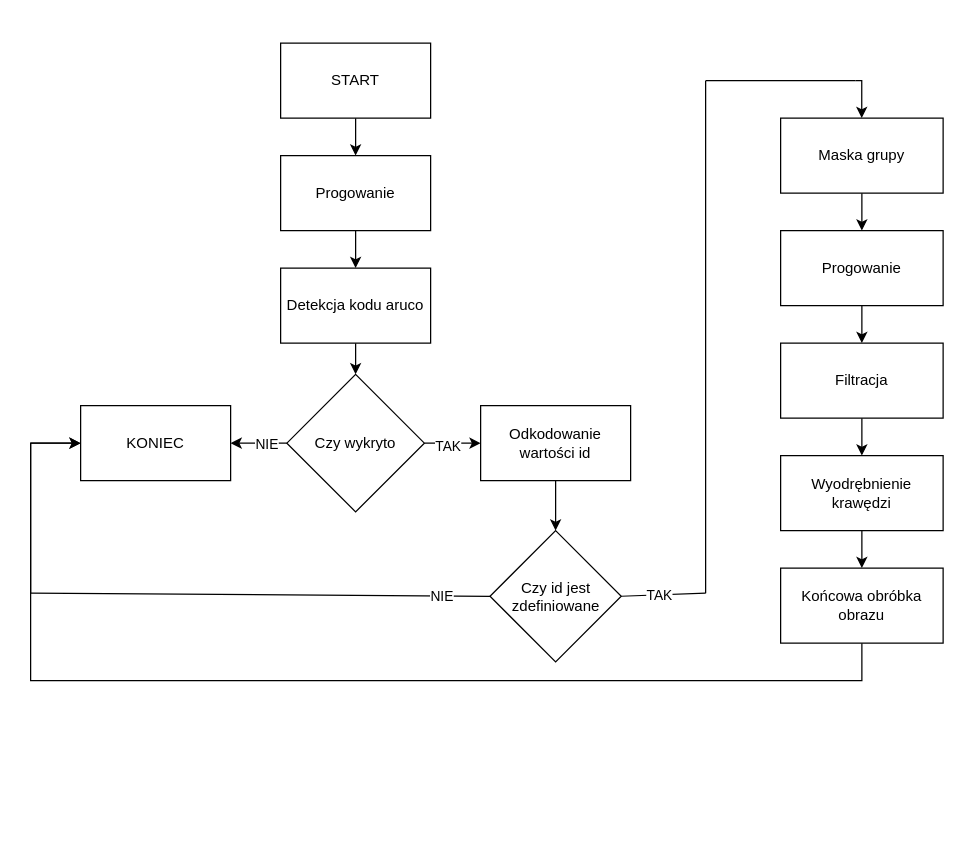
Before: psio.drawio in KacperJarosik/drow.io-scheme, a draw.io diagram. Source tidied: cells renumbered, new cells numbered last; positions are measured from the earlier drawing's top-left corner, leaving out a move shared by most shapes. Both pictures are drawn from the tidied source at 125%, with x=0, y=0 at pixel (30, 42).
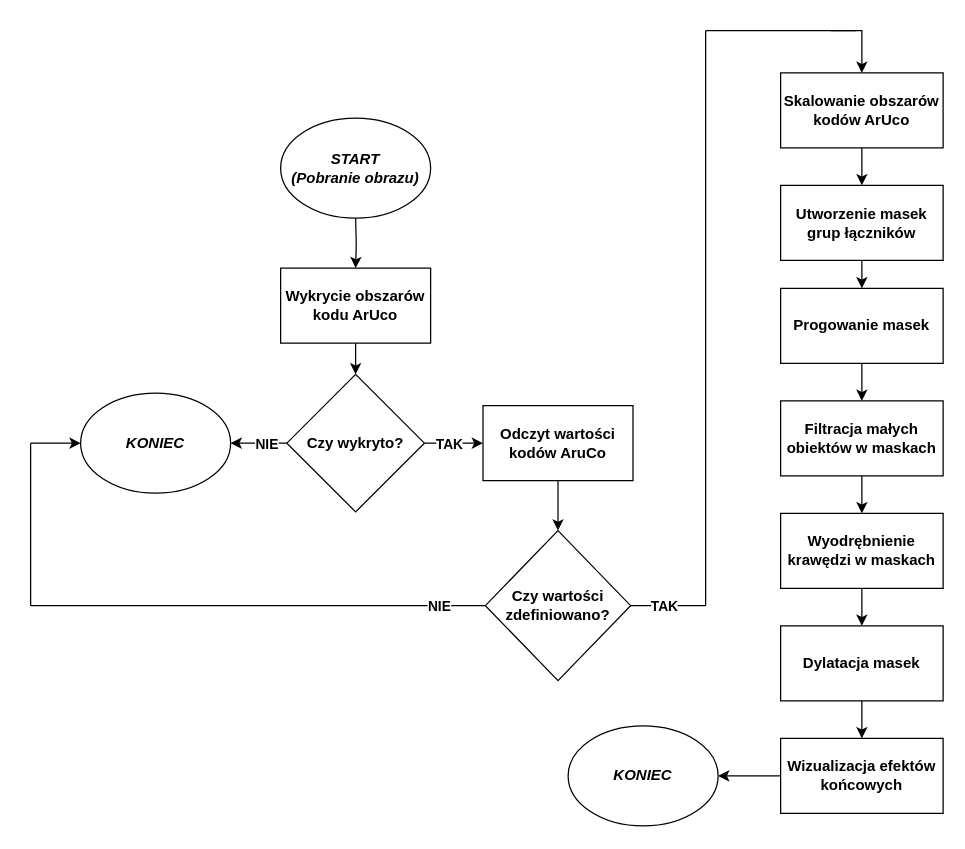
After the change.

Unchanged cells that the change refers to:
```xml
<mxCell id="8" style="edgeStyle=orthogonalEdgeStyle;rounded=0;jettySize=auto;html=1;" parent="1" edge="1" source="10" target="13">
  <mxGeometry relative="1" as="geometry" />
</mxCell>
```

Change to the diagram source:
```diff
@@
-    <mxCell id="2" style="edgeStyle=orthogonalEdgeStyle;rounded=0;jettySize=auto;html=1;" parent="1" edge="1" source="3" target="5">
+    <mxCell id="2" style="edgeStyle=orthogonalEdgeStyle;rounded=0;jettySize=auto;html=1;entryX=0.5;entryY=0;entryDx=0;entryDy=0;" parent="1" edge="1" source="3" target="10">
       <mxGeometry relative="1" as="geometry" />
     </mxCell>
-    <mxCell id="3" value="Progowanie" style="rounded=0;whiteSpace=wrap;html=1;" parent="1" vertex="1">
-      <mxGeometry x="200" y="90" width="120" height="60" as="geometry" />
+    <mxCell id="3" value="&lt;b&gt;Wykrycie obszarów kodu ArUco&lt;/b&gt;" style="rounded=0;whiteSpace=wrap;html=1;" parent="1" vertex="1">
+      <mxGeometry x="200" y="180" width="120" height="60" as="geometry" />
     </mxCell>
-    <mxCell id="4" style="edgeStyle=orthogonalEdgeStyle;rounded=0;jettySize=auto;html=1;" parent="1" edge="1" source="5" target="10">
-      <mxGeometry relative="1" as="geometry" />
-    </mxCell>
-    <mxCell id="5" value="Detekcja kodu aruco" style="rounded=0;whiteSpace=wrap;html=1;" parent="1" vertex="1">
-      <mxGeometry x="200" y="180" width="120" height="60" as="geometry" />
-    </mxCell>
-    <mxCell id="6" style="edgeStyle=orthogonalEdgeStyle;rounded=0;jettySize=auto;html=1;" parent="1" edge="1" source="10" target="11">
-      <mxGeometry relative="1" as="geometry" />
+    <mxCell id="6" style="edgeStyle=orthogonalEdgeStyle;rounded=0;jettySize=auto;html=1;" parent="1" edge="1" source="10">
+      <mxGeometry relative="1" as="geometry">
+        <mxPoint x="160" y="320" as="targetPoint" />
+      </mxGeometry>
     </mxCell>
-    <mxCell id="7" value="NIE" style="edgeLabel;html=1;align=center;verticalAlign=middle;" parent="6" vertex="1">
+    <mxCell id="7" value="&lt;b&gt;NIE&lt;/b&gt;" style="edgeLabel;html=1;align=center;verticalAlign=middle;" parent="6" vertex="1">
       <mxGeometry x="-0.24" relative="1" as="geometry" />
     </mxCell>
@@
-    <mxCell id="9" value="TAK" style="edgeLabel;html=1;align=center;verticalAlign=middle;" parent="8" vertex="1">
-      <mxGeometry x="-0.2" y="-2" relative="1" as="geometry" />
+    <mxCell id="9" value="&lt;b&gt;TAK&lt;/b&gt;" style="edgeLabel;html=1;align=center;verticalAlign=middle;" parent="8" vertex="1">
+      <mxGeometry x="-0.2" y="-2" relative="1" as="geometry">
+        <mxPoint y="-2" as="offset" />
+      </mxGeometry>
     </mxCell>
-    <mxCell id="10" value="Czy wykryto" style="rhombus;whiteSpace=wrap;html=1;rounded=0;" parent="1" vertex="1">
+    <mxCell id="10" value="&lt;b&gt;Czy wykryto?&lt;/b&gt;" style="rhombus;whiteSpace=wrap;html=1;rounded=0;" parent="1" vertex="1">
       <mxGeometry x="205" y="265" width="110" height="110" as="geometry" />
     </mxCell>
-    <mxCell id="11" value="KONIEC" style="whiteSpace=wrap;html=1;rounded=0;" parent="1" vertex="1">
-      <mxGeometry x="40" y="290" width="120" height="60" as="geometry" />
-    </mxCell>
@@
-    <mxCell id="13" value="Odkodowanie wartości id" style="whiteSpace=wrap;html=1;rounded=0;" parent="1" vertex="1">
-      <mxGeometry x="360" y="290" width="120" height="60" as="geometry" />
+    <mxCell id="13" value="&lt;b&gt;Odczyt wartości kodów AruCo&lt;/b&gt;" style="whiteSpace=wrap;html=1;rounded=0;" parent="1" vertex="1">
+      <mxGeometry x="361.9" y="290" width="120" height="60" as="geometry" />
     </mxCell>
-    <mxCell id="14" value="Czy id jest zdefiniowane" style="rhombus;whiteSpace=wrap;html=1;rounded=0;" parent="1" vertex="1">
-      <mxGeometry x="367.5" y="390" width="105" height="105" as="geometry" />
+    <mxCell id="14" value="&lt;b&gt;Czy wartości zdefiniowano?&lt;/b&gt;" style="rhombus;whiteSpace=wrap;html=1;rounded=0;" parent="1" vertex="1">
+      <mxGeometry x="363.8" y="390" width="116.2" height="120" as="geometry" />
     </mxCell>
-    <mxCell id="15" style="endArrow=classic;html=1;rounded=0;entryX=0;entryY=0.5;entryDx=0;entryDy=0;" parent="1" edge="1" target="11">
+    <mxCell id="15" style="endArrow=classic;html=1;rounded=0;entryX=0;entryY=0.5;entryDx=0;entryDy=0;" parent="1" edge="1">
       <mxGeometry relative="1" as="geometry">
         <mxPoint y="320" as="sourcePoint" />
+        <mxPoint x="40" y="320" as="targetPoint" />
       </mxGeometry>
     </mxCell>
     <mxCell id="16" style="endArrow=none;html=1;rounded=0;" parent="1" edge="1">
       <mxGeometry relative="1" as="geometry">
-        <mxPoint y="440" as="sourcePoint" />
+        <mxPoint y="450" as="sourcePoint" />
         <mxPoint y="320" as="targetPoint" />
       </mxGeometry>
     </mxCell>
     <mxCell id="17" style="endArrow=none;html=1;rounded=0;entryX=0;entryY=0.5;entryDx=0;entryDy=0;" parent="1" edge="1" target="14">
       <mxGeometry relative="1" as="geometry">
-        <mxPoint y="440" as="sourcePoint" />
+        <mxPoint y="450" as="sourcePoint" />
       </mxGeometry>
     </mxCell>
-    <mxCell id="18" value="NIE" style="edgeLabel;html=1;align=center;verticalAlign=middle;" parent="17" vertex="1">
+    <mxCell id="18" value="&lt;b&gt;NIE&lt;/b&gt;" style="edgeLabel;html=1;align=center;verticalAlign=middle;" parent="17" vertex="1">
       <mxGeometry x="0.79" relative="1" as="geometry" />
     </mxCell>
-    <mxCell id="19" style="edgeStyle=orthogonalEdgeStyle;rounded=0;jettySize=auto;html=1;" parent="1" edge="1" source="20" target="22">
-      <mxGeometry relative="1" as="geometry" />
-    </mxCell>
-    <mxCell id="20" value="Maska grupy" style="whiteSpace=wrap;html=1;rounded=0;" parent="1" vertex="1">
-      <mxGeometry x="600" y="60" width="130" height="60" as="geometry" />
+    <mxCell id="20" value="&lt;b&gt;Skalowanie obszarów kodów ArUco&lt;/b&gt;" style="whiteSpace=wrap;html=1;rounded=0;" parent="1" vertex="1">
+      <mxGeometry x="600" y="23.8" width="130" height="60" as="geometry" />
     </mxCell>
@@
-    <mxCell id="22" value="Progowanie" style="whiteSpace=wrap;html=1;rounded=0;" parent="1" vertex="1">
-      <mxGeometry x="600" y="150" width="130" height="60" as="geometry" />
+    <mxCell id="22" value="&lt;b&gt;Progowanie masek&lt;/b&gt;" style="whiteSpace=wrap;html=1;rounded=0;" parent="1" vertex="1">
+      <mxGeometry x="600" y="196.2" width="130" height="60" as="geometry" />
     </mxCell>
@@
-    <mxCell id="24" value="Filtracja" style="whiteSpace=wrap;html=1;rounded=0;" parent="1" vertex="1">
-      <mxGeometry x="600" y="240" width="130" height="60" as="geometry" />
+    <mxCell id="24" value="&lt;b&gt;Filtracja małych obiektów w maskach&lt;/b&gt;" style="whiteSpace=wrap;html=1;rounded=0;" parent="1" vertex="1">
+      <mxGeometry x="600" y="286.2" width="130" height="60" as="geometry" />
     </mxCell>
@@
-    <mxCell id="26" value="Wyodrębnienie krawędzi" style="whiteSpace=wrap;html=1;rounded=0;" parent="1" vertex="1">
-      <mxGeometry x="600" y="330" width="130" height="60" as="geometry" />
+    <mxCell id="26" value="&lt;b&gt;Wyodrębnienie krawędzi w maskach&lt;/b&gt;" style="whiteSpace=wrap;html=1;rounded=0;" parent="1" vertex="1">
+      <mxGeometry x="600" y="376.2" width="130" height="60" as="geometry" />
     </mxCell>
-    <mxCell id="27" style="edgeStyle=orthogonalEdgeStyle;rounded=0;jettySize=auto;html=1;exitX=0.5;exitY=1;exitDx=0;exitDy=0;entryX=0;entryY=0.5;entryDx=0;entryDy=0;" parent="1" edge="1" source="28" target="11">
-      <mxGeometry relative="1" as="geometry">
-        <Array as="points">
-          <mxPoint x="665" y="510" />
-          <mxPoint y="510" />
-          <mxPoint y="320" />
-        </Array>
-      </mxGeometry>
-    </mxCell>
-    <mxCell id="28" value="Końcowa obróbka obrazu" style="whiteSpace=wrap;html=1;rounded=0;" parent="1" vertex="1">
-      <mxGeometry x="600" y="420" width="130" height="60" as="geometry" />
+    <mxCell id="28" value="&lt;b&gt;Dylatacja masek&lt;/b&gt;" style="whiteSpace=wrap;html=1;rounded=0;" parent="1" vertex="1">
+      <mxGeometry x="600" y="466.2" width="130" height="60" as="geometry" />
     </mxCell>
     <mxCell id="29" style="endArrow=none;html=1;rounded=0;exitX=1;exitY=0.5;exitDx=0;exitDy=0;" parent="1" edge="1" source="14">
       <mxGeometry relative="1" as="geometry">
-        <mxPoint x="540" y="440" as="targetPoint" />
+        <mxPoint x="540" y="450" as="targetPoint" />
       </mxGeometry>
     </mxCell>
-    <mxCell id="30" value="TAK" style="edgeLabel;html=1;align=center;verticalAlign=middle;" parent="29" vertex="1">
+    <mxCell id="30" value="&lt;b&gt;TAK&lt;/b&gt;" style="edgeLabel;html=1;align=center;verticalAlign=middle;" parent="29" vertex="1">
       <mxGeometry x="-0.12" relative="1" as="geometry" />
     </mxCell>
     <mxCell id="31" style="endArrow=none;html=1;rounded=0;" parent="1" edge="1">
       <mxGeometry relative="1" as="geometry">
-        <mxPoint x="540" y="440" as="sourcePoint" />
-        <mxPoint x="540" y="30" as="targetPoint" />
+        <mxPoint x="540" y="450" as="sourcePoint" />
+        <mxPoint x="540" y="-10" as="targetPoint" />
       </mxGeometry>
     </mxCell>
     <mxCell id="32" style="endArrow=none;html=1;rounded=0;" parent="1" edge="1">
       <mxGeometry relative="1" as="geometry">
-        <mxPoint x="540" y="30" as="sourcePoint" />
-        <mxPoint x="660" y="30" as="targetPoint" />
+        <mxPoint x="540" y="-10" as="sourcePoint" />
+        <mxPoint x="660" y="-10" as="targetPoint" />
       </mxGeometry>
     </mxCell>
-    <mxCell id="33" style="edgeStyle=orthogonalEdgeStyle;rounded=0;orthogonalLoop=1;jettySize=auto;html=1;" parent="1" edge="1">
+    <mxCell id="33" style="edgeStyle=orthogonalEdgeStyle;rounded=0;jettySize=auto;html=1;" parent="1" edge="1" target="20">
       <mxGeometry relative="1" as="geometry">
-        <mxPoint x="660" y="30" as="sourcePoint" />
-        <mxPoint x="664.9" y="60" as="targetPoint" />
+        <mxPoint x="640" y="-10" as="sourcePoint" />
+        <Array as="points">
+          <mxPoint x="665" y="-10" />
+        </Array>
       </mxGeometry>
     </mxCell>
-    <mxCell id="34" style="edgeStyle=orthogonalEdgeStyle;rounded=0;jettySize=auto;html=1;exitX=0.5;exitY=1;exitDx=0;exitDy=0;entryX=0.5;entryY=0;entryDx=0;entryDy=0;" parent="1" edge="1" source="35" target="3">
-      <mxGeometry relative="1" as="geometry" />
+    <mxCell id="34" style="edgeStyle=orthogonalEdgeStyle;rounded=0;jettySize=auto;html=1;exitX=0.5;exitY=1;exitDx=0;exitDy=0;entryX=0.5;entryY=0;entryDx=0;entryDy=0;" parent="1" edge="1" target="3">
+      <mxGeometry relative="1" as="geometry">
+        <mxPoint x="260" y="140" as="sourcePoint" />
+      </mxGeometry>
     </mxCell>
-    <mxCell id="35" value="START" style="rounded=0;whiteSpace=wrap;html=1;" parent="1" vertex="1">
-      <mxGeometry x="200" width="120" height="60" as="geometry" />
-    </mxCell>
+    <mxCell id="36" value="&lt;b&gt;Utworzenie masek grup łączników&lt;/b&gt;" style="whiteSpace=wrap;html=1;rounded=0;" parent="1" vertex="1">
+      <mxGeometry x="600" y="113.8" width="130" height="60" as="geometry" />
+    </mxCell>
+    <mxCell id="37" value="&lt;b&gt;Wizualizacja efektów końcowych&lt;/b&gt;" style="whiteSpace=wrap;html=1;rounded=0;" parent="1" vertex="1">
+      <mxGeometry x="600" y="556.2" width="130" height="60" as="geometry" />
+    </mxCell>
+    <mxCell id="38" style="edgeStyle=orthogonalEdgeStyle;rounded=0;jettySize=auto;html=1;" parent="1" edge="1" source="28" target="37">
+      <mxGeometry relative="1" as="geometry" />
+    </mxCell>
+    <mxCell id="39" style="edgeStyle=orthogonalEdgeStyle;rounded=0;jettySize=auto;html=1;" parent="1" edge="1" source="20" target="36">
+      <mxGeometry relative="1" as="geometry" />
+    </mxCell>
+    <mxCell id="40" style="edgeStyle=orthogonalEdgeStyle;rounded=0;jettySize=auto;html=1;" parent="1" edge="1" source="36" target="22">
+      <mxGeometry relative="1" as="geometry" />
+    </mxCell>
+    <mxCell id="41" value="&lt;b&gt;&lt;i&gt;KONIEC&lt;/i&gt;&lt;/b&gt;" style="ellipse;whiteSpace=wrap;html=1;" parent="1" vertex="1">
+      <mxGeometry x="40" y="280" width="120" height="80" as="geometry" />
+    </mxCell>
+    <mxCell id="42" value="&lt;b&gt;&lt;i&gt;KONIEC&lt;/i&gt;&lt;/b&gt;" style="ellipse;whiteSpace=wrap;html=1;" parent="1" vertex="1">
+      <mxGeometry x="430" y="546.2" width="120" height="80" as="geometry" />
+    </mxCell>
+    <mxCell id="43" style="endArrow=classic;html=1;rounded=0;" parent="1" edge="1" source="37" target="42">
+      <mxGeometry relative="1" as="geometry" />
+    </mxCell>
+    <mxCell id="44" value="&lt;b&gt;&lt;i&gt;START&lt;/i&gt;&lt;/b&gt;&lt;div&gt;&lt;b&gt;&lt;i&gt;(Pobranie obrazu)&lt;/i&gt;&lt;/b&gt;&lt;/div&gt;" style="ellipse;whiteSpace=wrap;html=1;" parent="1" vertex="1">
+      <mxGeometry x="200" y="60" width="120" height="80" as="geometry" />
+    </mxCell>
```
